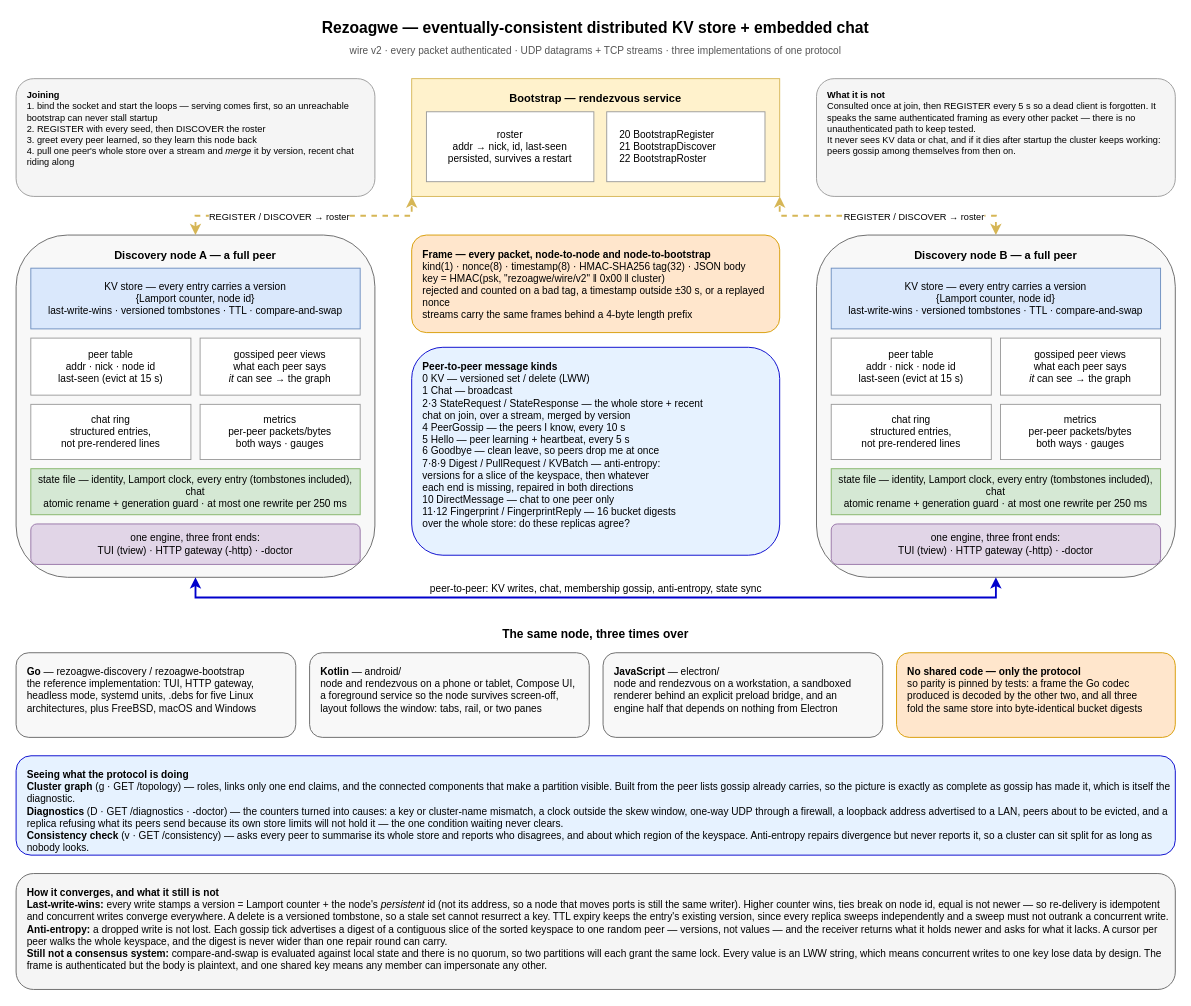
Before: rezo_agwe.drawio in nexusriot/rezoagwe, a draw.io diagram. Source tidied: cells renumbered, new cells numbered last; positions are measured from the earlier drawing's top-left corner, leaving out a move shared by most shapes. Both pictures are drawn from the tidied source at 92%, with x=0, y=0 at pixel (16, 16).
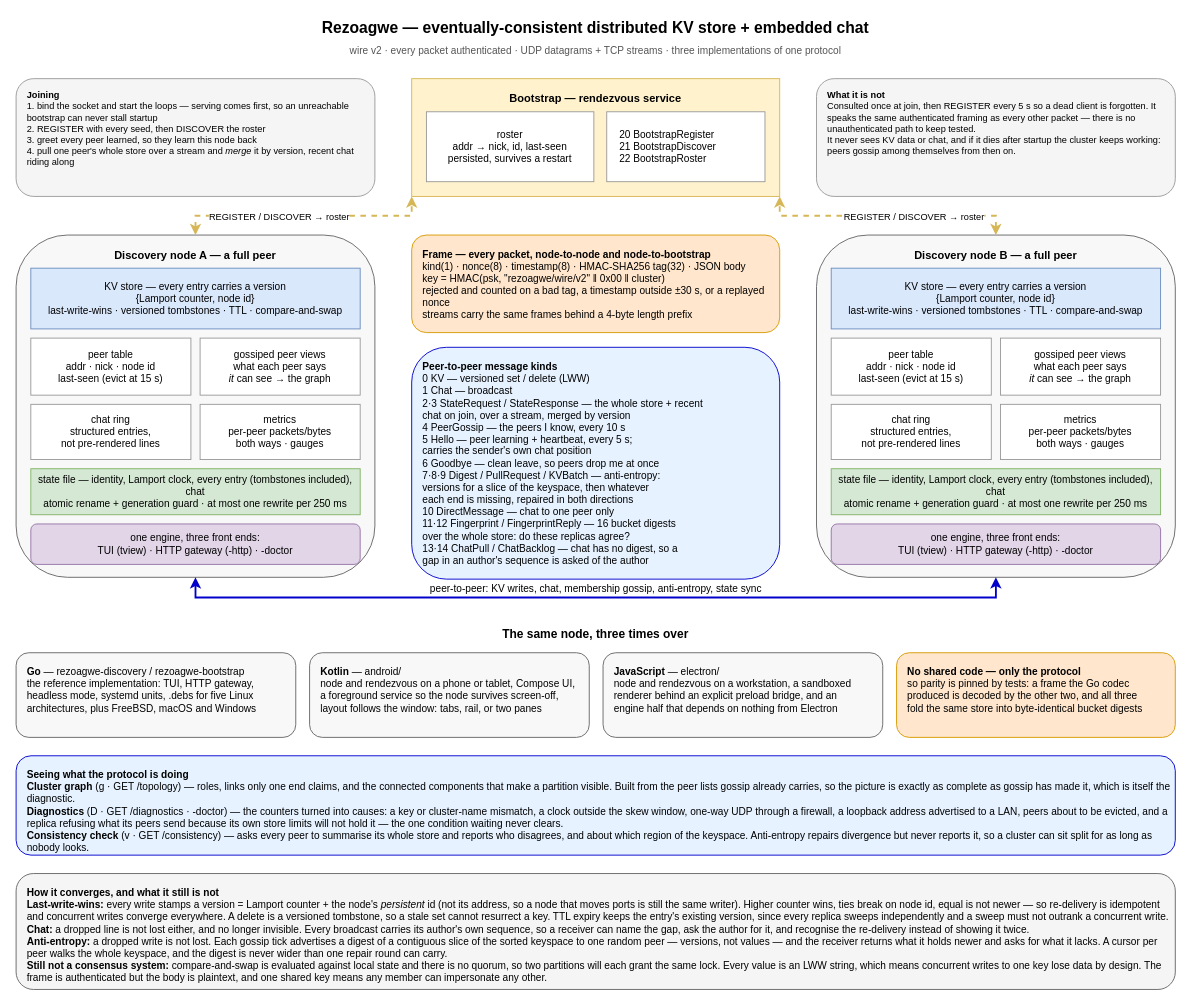
The same page after the edit.

Change to the diagram source:
```diff
@@
-    <mxCell id="26" value="&lt;b&gt;Peer-to-peer message kinds&lt;/b&gt;&#10;0  KV — versioned set / delete (LWW)&#10;1  Chat — broadcast&#10;2·3  StateRequest / StateResponse — the whole store + recent&#10;        chat on join, over a stream, merged by version&#10;4  PeerGossip — the peers I know, every 10 s&#10;5  Hello — peer learning + heartbeat, every 5 s&#10;6  Goodbye — clean leave, so peers drop me at once&#10;7·8·9  Digest / PullRequest / KVBatch — anti-entropy:&#10;        versions for a slice of the keyspace, then whatever&#10;        each end is missing, repaired in both directions&#10;10  DirectMessage — chat to one peer only&#10;11·12  Fingerprint / FingerprintReply — 16 bucket digests&#10;        over the whole store: do these replicas agree?" style="rounded=1;whiteSpace=wrap;html=1;align=left;verticalAlign=top;spacingLeft=10;spacingTop=8;fontSize=11;fillColor=#e6f2ff;strokeColor=#0000CC;" parent="1" vertex="1">
-      <mxGeometry x="430" y="360" width="400" height="226" as="geometry" />
+    <mxCell id="26" value="&lt;b&gt;Peer-to-peer message kinds&lt;/b&gt;&#10;0  KV — versioned set / delete (LWW)&#10;1  Chat — broadcast&#10;2·3  StateRequest / StateResponse — the whole store + recent&#10;        chat on join, over a stream, merged by version&#10;4  PeerGossip — the peers I know, every 10 s&#10;5  Hello — peer learning + heartbeat, every 5 s;&#10;        carries the sender's own chat position&#10;6  Goodbye — clean leave, so peers drop me at once&#10;7·8·9  Digest / PullRequest / KVBatch — anti-entropy:&#10;        versions for a slice of the keyspace, then whatever&#10;        each end is missing, repaired in both directions&#10;10  DirectMessage — chat to one peer only&#10;11·12  Fingerprint / FingerprintReply — 16 bucket digests&#10;        over the whole store: do these replicas agree?&#10;13·14  ChatPull / ChatBacklog — chat has no digest, so a&#10;        gap in an author's sequence is asked of the author" style="rounded=1;whiteSpace=wrap;html=1;align=left;verticalAlign=top;spacingLeft=10;spacingTop=8;fontSize=11;fillColor=#e6f2ff;strokeColor=#0000CC;" parent="1" vertex="1">
+      <mxGeometry x="430" y="360" width="400" height="252" as="geometry" />
     </mxCell>
@@
-    <mxCell id="33" value="&lt;b&gt;How it converges, and what it still is not&lt;/b&gt;&#10;&lt;b&gt;Last-write-wins:&lt;/b&gt; every write stamps a version = Lamport counter + the node's &lt;i&gt;persistent&lt;/i&gt; id (not its address, so a node that moves ports is still the same writer). Higher counter wins, ties break on node id, equal is not newer — so re-delivery is idempotent and concurrent writes converge everywhere. A delete is a versioned tombstone, so a stale set cannot resurrect a key. TTL expiry keeps the entry's existing version, since every replica sweeps independently and a sweep must not outrank a concurrent write.&#10;&lt;b&gt;Anti-entropy:&lt;/b&gt; a dropped write is not lost. Each gossip tick advertises a digest of a contiguous slice of the sorted keyspace to one random peer — versions, not values — and the receiver returns what it holds newer and asks for what it lacks. A cursor per peer walks the whole keyspace, and the digest is never wider than one repair round can carry.&#10;&lt;b&gt;Still not a consensus system:&lt;/b&gt; compare-and-swap is evaluated against local state and there is no quorum, so two partitions will each grant the same lock. Every value is an LWW string, which means concurrent writes to one key lose data by design. The frame is authenticated but the body is plaintext, and one shared key means any member can impersonate any other." style="rounded=1;whiteSpace=wrap;html=1;align=left;verticalAlign=top;spacingLeft=10;spacingTop=8;fontSize=11;fillColor=#f5f5f5;strokeColor=#666666;" parent="1" vertex="1">
+    <mxCell id="33" value="&lt;b&gt;How it converges, and what it still is not&lt;/b&gt;&#10;&lt;b&gt;Last-write-wins:&lt;/b&gt; every write stamps a version = Lamport counter + the node's &lt;i&gt;persistent&lt;/i&gt; id (not its address, so a node that moves ports is still the same writer). Higher counter wins, ties break on node id, equal is not newer — so re-delivery is idempotent and concurrent writes converge everywhere. A delete is a versioned tombstone, so a stale set cannot resurrect a key. TTL expiry keeps the entry's existing version, since every replica sweeps independently and a sweep must not outrank a concurrent write.&#10;&lt;b&gt;Chat:&lt;/b&gt; a dropped line is not lost either, and no longer invisible. Every broadcast carries its author's own sequence, so a receiver can name the gap, ask the author for it, and recognise the re-delivery instead of showing it twice.&#10;&lt;b&gt;Anti-entropy:&lt;/b&gt; a dropped write is not lost. Each gossip tick advertises a digest of a contiguous slice of the sorted keyspace to one random peer — versions, not values — and the receiver returns what it holds newer and asks for what it lacks. A cursor per peer walks the whole keyspace, and the digest is never wider than one repair round can carry.&#10;&lt;b&gt;Still not a consensus system:&lt;/b&gt; compare-and-swap is evaluated against local state and there is no quorum, so two partitions will each grant the same lock. Every value is an LWW string, which means concurrent writes to one key lose data by design. The frame is authenticated but the body is plaintext, and one shared key means any member can impersonate any other." style="rounded=1;whiteSpace=wrap;html=1;align=left;verticalAlign=top;spacingLeft=10;spacingTop=8;fontSize=11;fillColor=#f5f5f5;strokeColor=#666666;" parent="1" vertex="1">
       <mxGeometry y="932" width="1260" height="126" as="geometry" />
     </mxCell>
```
